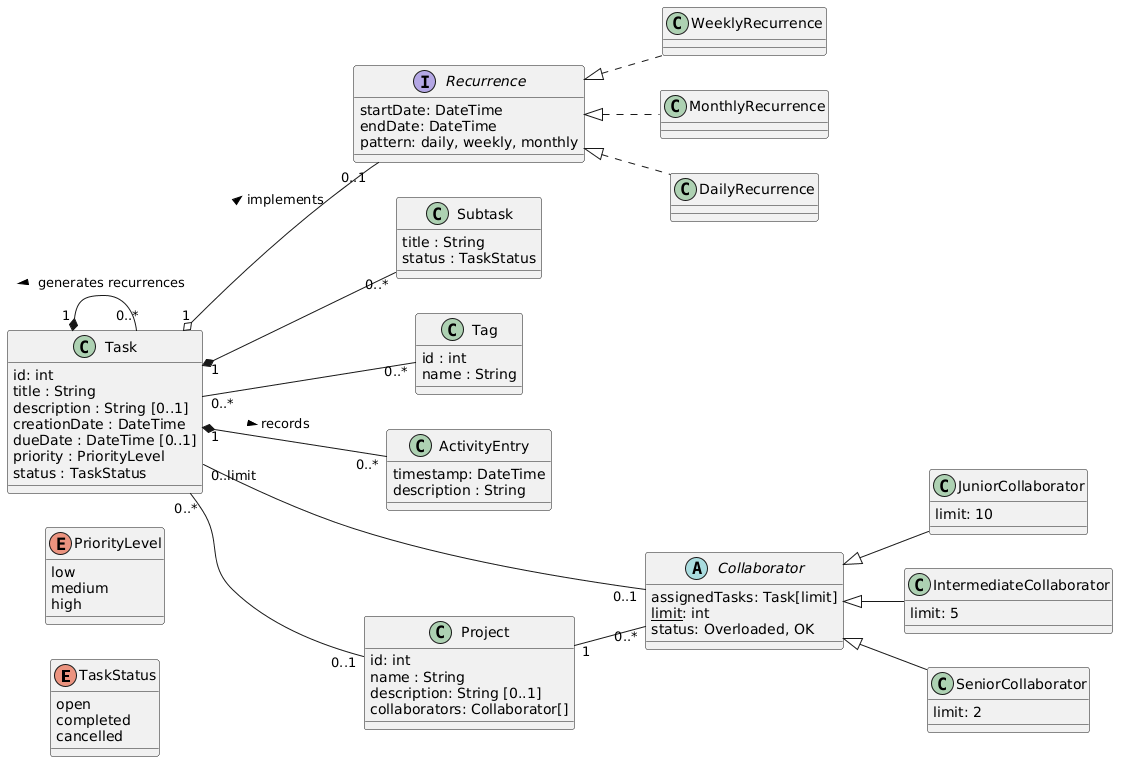
Above: Iteration-2/UpdatedDomainModel/UpdatedDomainModel.png in dan-gan/SOEN-342 (PlantUML), before the change.
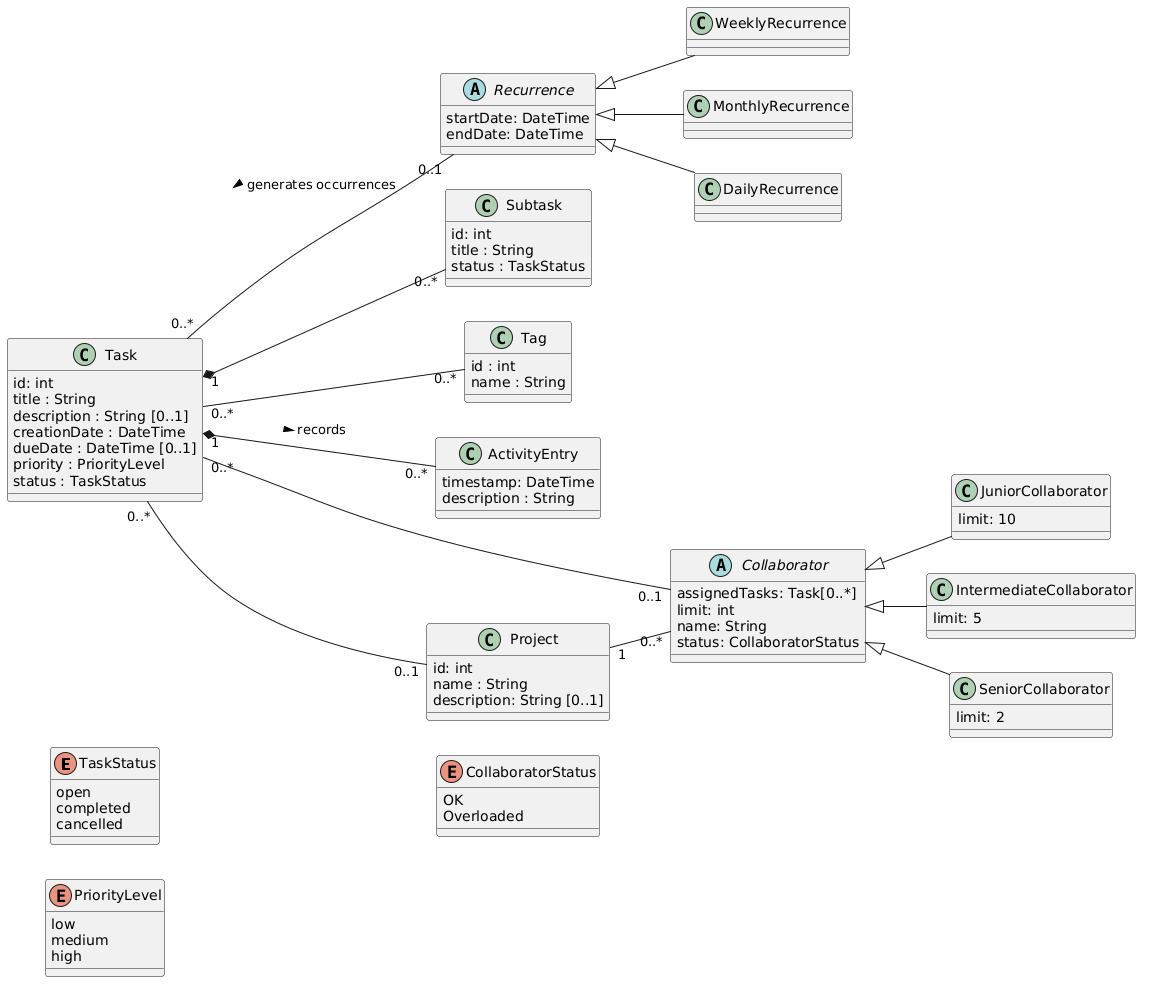
After the change.

Commit message:
2nd update domain model

Change to the diagram source:
```diff
@@ -15,6 +15,11 @@
   high
 }
 
+enum CollaboratorStatus{
+  OK
+  Overloaded
+}
+
 
 class Task {
   id: int
@@ -30,10 +35,10 @@
   id: int
   name : String
   description: String [0..1]
-  collaborators: Collaborator[]
 }
 
 class Subtask {
+  id: int
   title : String
   status : TaskStatus
 }
@@ -48,28 +53,28 @@
   description : String
 }
 
-interface Recurrence {
+abstract class Recurrence {
     startDate: DateTime
     endDate: DateTime
-    pattern: daily, weekly, monthly
 }
 
-class DailyRecurrence implements Recurrence{
+class DailyRecurrence extends Recurrence{
 
 }
 
-class WeeklyRecurrence implements Recurrence{
+class WeeklyRecurrence extends Recurrence{
 
 }
 
-class MonthlyRecurrence implements Recurrence{
+class MonthlyRecurrence extends Recurrence{
 
 }
 
 abstract class Collaborator{
-    assignedTasks: Task[limit]
-    <u>limit</u>: int
-    status: Overloaded, OK
+    assignedTasks: Task[0..*]
+    limit: int
+    name: String
+    status: CollaboratorStatus
 }
 
 class JuniorCollaborator extends Collaborator{
@@ -85,6 +90,7 @@
 }
 
 
+
 Task "0..*" -- "0..1" Project
 
 Task "1" *-- "0..*" Subtask
@@ -93,11 +99,9 @@
 
 Task "1" *-- "0..*" ActivityEntry : records >
 
-Task "1" *-- "0..*" Task : generates recurrences >
+Task "0..*" -- "0..1" Recurrence : generates occurrences <
 
-Task "1" o-- "0..1" Recurrence : implements >
-
-Task "0..limit" -- "0..1" Collaborator
+Task "0..*" -- "0..1" Collaborator
 
 Project "1" -- "0..*" Collaborator
 @enduml
```
